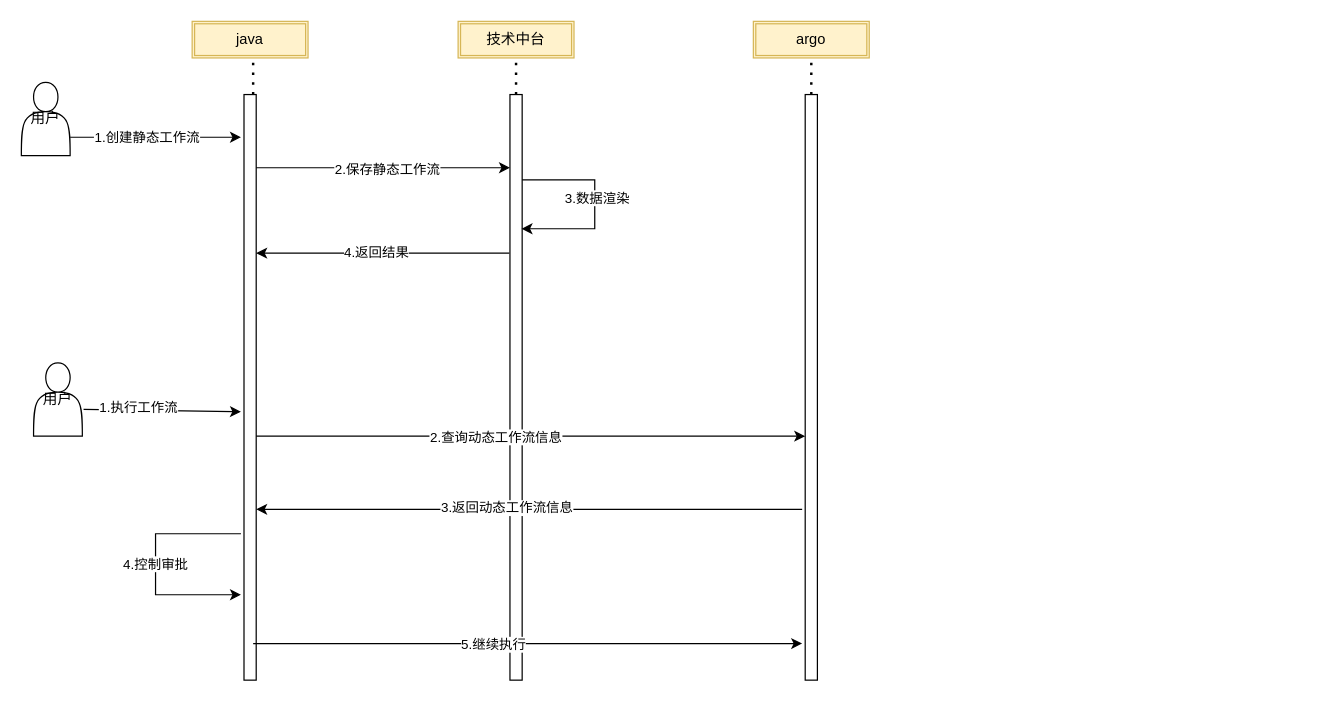
This is Untitled Diagram.drawio from mouuii/hello_world, a draw.io file, before an edit. Source tidied: cells renumbered, new cells numbered last; positions are measured from the earlier drawing's top-left corner, leaving out a move shared by most shapes. Both pictures are drawn from the tidied source at 122%, with x=0, y=0 at pixel (21, 21).
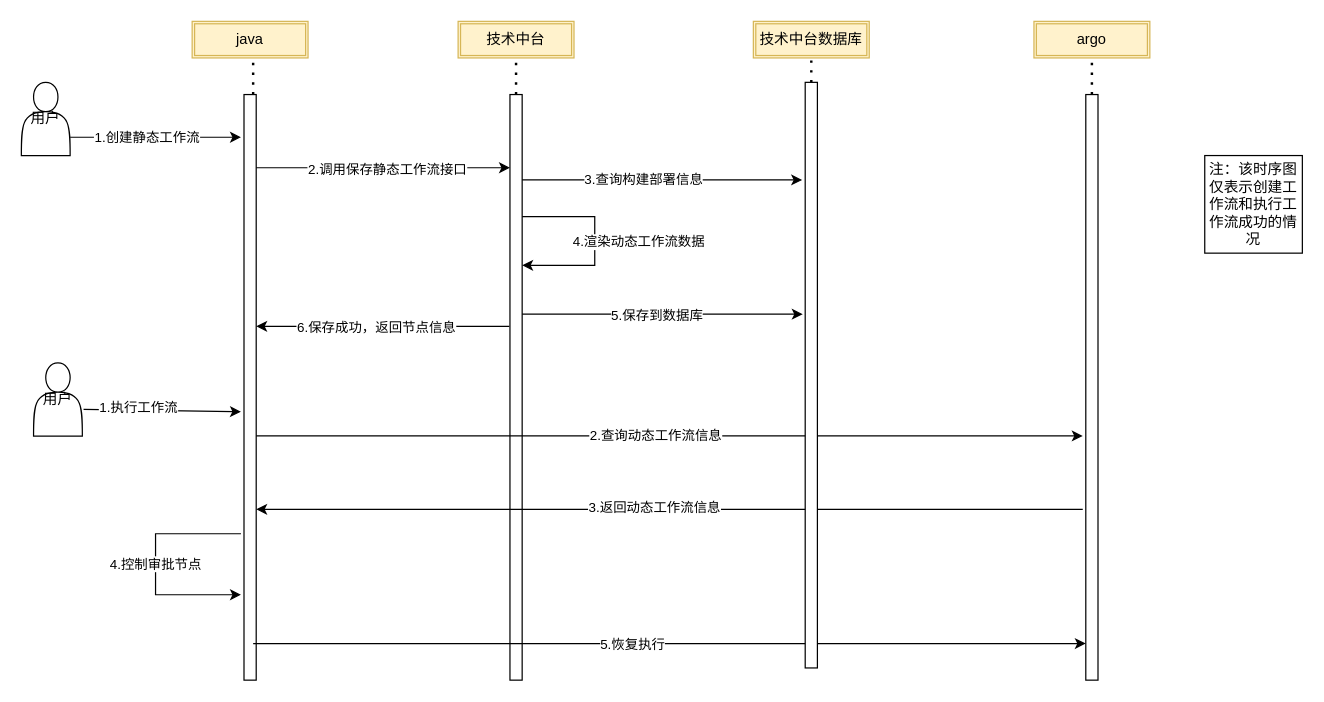
The same page after the edit.

Unchanged cells that the change refers to:
```xml
<mxCell id="2" style="html=1;points=[];perimeter=orthogonalPerimeter;outlineConnect=0;targetShapes=umlLifeline;portConstraint=eastwest;newEdgeStyle={&quot;edgeStyle&quot;:&quot;elbowEdgeStyle&quot;,&quot;elbow&quot;:&quot;vertical&quot;,&quot;curved&quot;:0,&quot;rounded&quot;:0};" parent="1" vertex="1">
  <mxGeometry x="400.5" y="60" width="10" height="480" as="geometry" />
</mxCell>
<mxCell id="7" style="html=1;points=[];perimeter=orthogonalPerimeter;outlineConnect=0;targetShapes=umlLifeline;portConstraint=eastwest;newEdgeStyle={&quot;edgeStyle&quot;:&quot;elbowEdgeStyle&quot;,&quot;elbow&quot;:&quot;vertical&quot;,&quot;curved&quot;:0,&quot;rounded&quot;:0};" parent="1" vertex="1">
  <mxGeometry x="182.5" y="60" width="10" height="480" as="geometry" />
</mxCell>
<mxCell id="13" style="endArrow=classic;html=1;rounded=0;" parent="1" edge="1" source="7" target="2">
  <mxGeometry relative="1" as="geometry">
    <Array as="points">
      <mxPoint x="330" y="120" />
    </Array>
  </mxGeometry>
</mxCell>
```

Change to the diagram source:
```diff
@@
     <mxCell id="3" style="html=1;points=[];perimeter=orthogonalPerimeter;outlineConnect=0;targetShapes=umlLifeline;portConstraint=eastwest;newEdgeStyle={&quot;edgeStyle&quot;:&quot;elbowEdgeStyle&quot;,&quot;elbow&quot;:&quot;vertical&quot;,&quot;curved&quot;:0,&quot;rounded&quot;:0};" parent="1" vertex="1">
-      <mxGeometry x="642.5" y="60" width="10" height="480" as="geometry" />
+      <mxGeometry x="872.5" y="60" width="10" height="480" as="geometry" />
     </mxCell>
@@
     <mxCell id="6" value="argo" style="shape=ext;double=1;rounded=0;whiteSpace=wrap;html=1;fillColor=#fff2cc;strokeColor=#d6b656;" parent="1" vertex="1">
-      <mxGeometry x="600" width="95" height="30" as="geometry" />
+      <mxGeometry x="830" width="95" height="30" as="geometry" />
     </mxCell>
@@
-    <mxCell id="14" value="2.保存静态工作流" style="edgeLabel;html=1;align=center;verticalAlign=middle;" parent="13" vertex="1">
+    <mxCell id="14" value="2.调用保存静态工作流接口" style="edgeLabel;html=1;align=center;verticalAlign=middle;" parent="13" vertex="1">
       <mxGeometry x="0.03" y="-1" relative="1" as="geometry" />
     </mxCell>
-    <mxCell id="15" style="endArrow=classic;html=1;rounded=0;" parent="1" edge="1" source="2">
+    <mxCell id="15" style="endArrow=classic;html=1;rounded=0;" parent="1" edge="1" source="2" target="2">
       <mxGeometry relative="1" as="geometry">
-        <mxPoint x="410" y="170" as="targetPoint" />
         <Array as="points">
-          <mxPoint x="470" y="130" />
-          <mxPoint x="470" y="170" />
+          <mxPoint x="470" y="160" />
+          <mxPoint x="470" y="200" />
         </Array>
       </mxGeometry>
     </mxCell>
-    <mxCell id="16" value="3.数据渲染" style="edgeLabel;html=1;align=center;verticalAlign=middle;" parent="15" vertex="1">
-      <mxGeometry x="-0.07" y="1" relative="1" as="geometry" />
+    <mxCell id="16" value="4.渲染动态工作流数据" style="edgeLabel;html=1;align=center;verticalAlign=middle;" parent="15" vertex="1">
+      <mxGeometry x="-0.07" y="1" relative="1" as="geometry">
+        <mxPoint x="34" y="6" as="offset" />
+      </mxGeometry>
     </mxCell>
-    <mxCell id="17" style="endArrow=classic;html=1;rounded=0;" parent="1" edge="1" target="7">
+    <mxCell id="17" style="endArrow=classic;html=1;rounded=0;" parent="1" edge="1">
       <mxGeometry relative="1" as="geometry">
-        <mxPoint x="400" y="190" as="sourcePoint" />
+        <mxPoint x="400" y="250" as="sourcePoint" />
+        <mxPoint x="192.5" y="250" as="targetPoint" />
       </mxGeometry>
     </mxCell>
-    <mxCell id="18" value="4.返回结果" style="edgeLabel;html=1;align=center;verticalAlign=middle;" parent="17" vertex="1">
+    <mxCell id="18" value="6.保存成功，返回节点信息" style="edgeLabel;html=1;align=center;verticalAlign=middle;" parent="17" vertex="1">
       <mxGeometry x="0.18" y="-1" relative="1" as="geometry">
-        <mxPoint x="12" as="offset" />
+        <mxPoint x="12" y="1" as="offset" />
       </mxGeometry>
     </mxCell>
@@
-    <mxCell id="22" style="endArrow=classic;html=1;rounded=0;" parent="1" edge="1" source="7">
-      <mxGeometry relative="1" as="geometry">
-        <mxPoint x="642.5" y="340" as="targetPoint" />
-      </mxGeometry>
+    <mxCell id="22" style="endArrow=classic;html=1;rounded=0;entryX=-0.25;entryY=0.583;entryDx=0;entryDy=0;entryPerimeter=0;" parent="1" edge="1" source="7" target="3">
+      <mxGeometry relative="1" as="geometry" />
     </mxCell>
     <mxCell id="23" value="2.查询动态工作流信息" style="edgeLabel;html=1;align=center;verticalAlign=middle;" parent="22" vertex="1">
       <mxGeometry x="-0.28" y="1" relative="1" as="geometry">
-        <mxPoint x="34" y="1" as="offset" />
+        <mxPoint x="83" y="1" as="offset" />
       </mxGeometry>
     </mxCell>
     <mxCell id="24" style="endArrow=classic;html=1;rounded=0;" parent="1" edge="1" target="7">
       <mxGeometry relative="1" as="geometry">
-        <mxPoint x="640" y="400" as="sourcePoint" />
+        <mxPoint x="690" y="400" as="sourcePoint" />
+        <Array as="points">
+          <mxPoint x="870" y="400" />
+        </Array>
       </mxGeometry>
     </mxCell>
     <mxCell id="25" value="3.返回动态工作流信息" style="edgeLabel;html=1;align=center;verticalAlign=middle;" parent="24" vertex="1">
       <mxGeometry x="0.12" y="-2" relative="1" as="geometry">
-        <mxPoint x="8" as="offset" />
+        <mxPoint x="-52" as="offset" />
       </mxGeometry>
     </mxCell>
-    <mxCell id="26" value="4.控制审批" style="endArrow=classic;html=1;rounded=0;" parent="1" edge="1">
+    <mxCell id="26" value="4.控制审批节点" style="endArrow=classic;html=1;rounded=0;" parent="1" edge="1">
       <mxGeometry relative="1" as="geometry">
         <mxPoint x="180" y="420" as="sourcePoint" />
         <mxPoint x="180" y="470" as="targetPoint" />
         <Array as="points">
           <mxPoint x="110" y="420" />
           <mxPoint x="110" y="470" />
         </Array>
       </mxGeometry>
     </mxCell>
-    <mxCell id="27" style="endArrow=classic;html=1;rounded=0;" parent="1" edge="1">
+    <mxCell id="27" style="endArrow=classic;html=1;rounded=0;" parent="1" edge="1" target="3">
       <mxGeometry relative="1" as="geometry">
         <mxPoint x="190" y="510" as="sourcePoint" />
-        <mxPoint x="640" y="510" as="targetPoint" />
       </mxGeometry>
     </mxCell>
-    <mxCell id="28" value="5.继续执行" style="edgeLabel;html=1;align=center;verticalAlign=middle;" parent="27" vertex="1">
-      <mxGeometry x="-0.13" relative="1" as="geometry" />
+    <mxCell id="28" value="5.恢复执行" style="edgeLabel;html=1;align=center;verticalAlign=middle;" parent="27" vertex="1">
+      <mxGeometry x="-0.13" relative="1" as="geometry">
+        <mxPoint x="13" as="offset" />
+      </mxGeometry>
     </mxCell>
@@
+    <mxCell id="30" style="html=1;points=[];perimeter=orthogonalPerimeter;outlineConnect=0;targetShapes=umlLifeline;portConstraint=eastwest;newEdgeStyle={&quot;edgeStyle&quot;:&quot;elbowEdgeStyle&quot;,&quot;elbow&quot;:&quot;vertical&quot;,&quot;curved&quot;:0,&quot;rounded&quot;:0};" parent="1" vertex="1">
+      <mxGeometry x="642.5" y="50" width="10" height="480" as="geometry" />
+    </mxCell>
+    <mxCell id="31" value="技术中台数据库" style="shape=ext;double=1;rounded=0;whiteSpace=wrap;html=1;fillColor=#fff2cc;strokeColor=#d6b656;" parent="1" vertex="1">
+      <mxGeometry x="600" width="95" height="30" as="geometry" />
+    </mxCell>
+    <mxCell id="32" style="endArrow=none;dashed=1;html=1;dashPattern=1 3;strokeWidth=2;rounded=0;entryX=0.5;entryY=1;entryDx=0;entryDy=0;" parent="1" edge="1" source="30" target="31">
+      <mxGeometry relative="1" as="geometry" />
+    </mxCell>
+    <mxCell id="33" style="endArrow=classic;html=1;rounded=0;" parent="1" edge="1">
+      <mxGeometry relative="1" as="geometry">
+        <mxPoint x="410.5" y="240" as="sourcePoint" />
+        <mxPoint x="640.5" y="240" as="targetPoint" />
+      </mxGeometry>
+    </mxCell>
+    <mxCell id="34" value="5.保存到数据库" style="edgeLabel;html=1;align=center;verticalAlign=middle;" parent="33" vertex="1">
+      <mxGeometry x="-0.02" y="-2" relative="1" as="geometry">
+        <mxPoint x="-3" y="-2" as="offset" />
+      </mxGeometry>
+    </mxCell>
+    <mxCell id="35" value="注：该时序图仅表示创建工作流和执行工作流成功的情况" style="whiteSpace=wrap;html=1;" parent="1" vertex="1">
+      <mxGeometry x="970" y="110" width="80" height="80" as="geometry" />
+    </mxCell>
+    <mxCell id="36" style="endArrow=classic;html=1;rounded=0;" parent="1" edge="1" source="2">
+      <mxGeometry relative="1" as="geometry">
+        <mxPoint x="640" y="130" as="targetPoint" />
+      </mxGeometry>
+    </mxCell>
+    <mxCell id="37" value="3.查询构建部署信息" style="edgeLabel;html=1;align=center;verticalAlign=middle;" parent="36" vertex="1">
+      <mxGeometry x="-0.14" y="1" relative="1" as="geometry" />
+    </mxCell>
```
